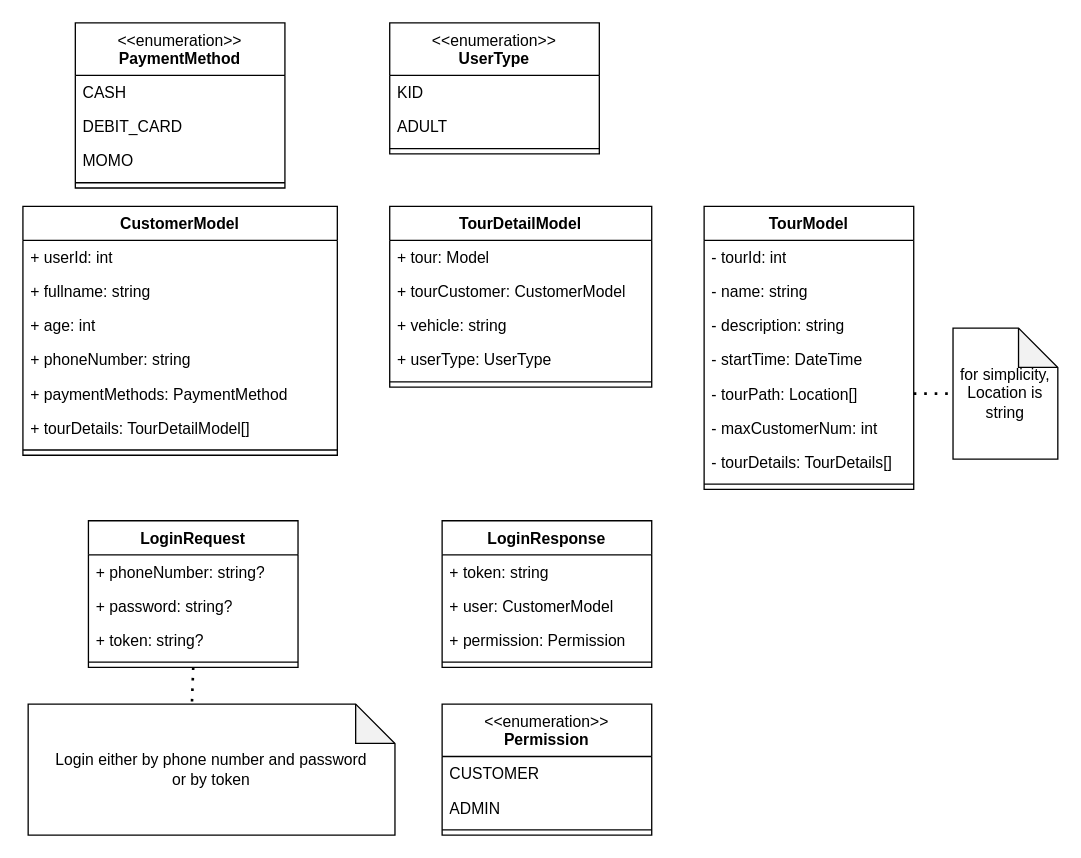
BlenDMinh/SaigonTour keeps this draw.io diagram as page "Model" (4 of 7) of document/diagram.drawio. Above is the earlier version. Source tidied: cells renumbered, new cells numbered last; positions are measured from the earlier drawing's top-left corner, leaving out a move shared by most shapes. Both pictures are drawn from the tidied source at 131%, with x=0, y=0 at pixel (22, 22).
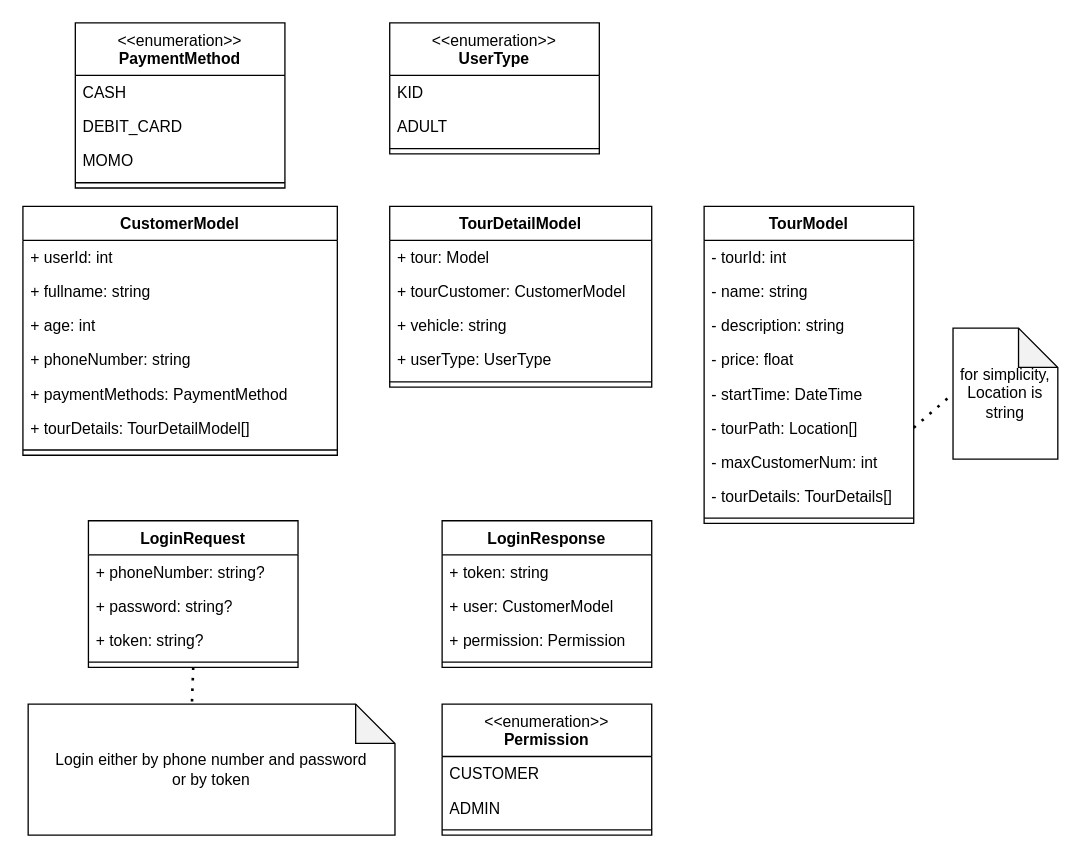
After the change.

Change to the diagram source:
```diff
@@
     <mxCell id="15" value="TourModel" style="swimlane;fontStyle=1;align=center;verticalAlign=top;horizontal=1;startSize=26;whiteSpace=wrap;html=1;" parent="1" vertex="1">
-      <mxGeometry x="520" y="140" width="160" height="216" as="geometry" />
+      <mxGeometry x="520" y="140" width="160" height="242" as="geometry" />
     </mxCell>
@@
+    <mxCell id="52" value="- price: float" style="text;strokeColor=none;fillColor=none;align=left;verticalAlign=top;spacingLeft=4;spacingRight=4;overflow=hidden;whiteSpace=wrap;html=1;" parent="15" vertex="1">
+      <mxGeometry y="104" width="160" height="26" as="geometry" />
+    </mxCell>
     <mxCell id="19" value="- startTime: DateTime" style="text;strokeColor=none;fillColor=none;align=left;verticalAlign=top;spacingLeft=4;spacingRight=4;overflow=hidden;whiteSpace=wrap;html=1;" parent="15" vertex="1">
-      <mxGeometry y="104" width="160" height="26" as="geometry" />
+      <mxGeometry y="130" width="160" height="26" as="geometry" />
     </mxCell>
     <mxCell id="20" value="- tourPath: Location[]" style="text;strokeColor=none;fillColor=none;align=left;verticalAlign=top;spacingLeft=4;spacingRight=4;overflow=hidden;points=[[0,0.5],[1,0.5]];portConstraint=eastwest;whiteSpace=wrap;html=1;" parent="15" vertex="1">
-      <mxGeometry y="130" width="160" height="26" as="geometry" />
+      <mxGeometry y="156" width="160" height="26" as="geometry" />
     </mxCell>
     <mxCell id="21" value="- maxCustomerNum: int" style="text;strokeColor=none;fillColor=none;align=left;verticalAlign=top;spacingLeft=4;spacingRight=4;overflow=hidden;whiteSpace=wrap;html=1;" parent="15" vertex="1">
-      <mxGeometry y="156" width="160" height="26" as="geometry" />
+      <mxGeometry y="182" width="160" height="26" as="geometry" />
     </mxCell>
     <mxCell id="22" value="- tourDetails: TourDetails[]" style="text;strokeColor=none;fillColor=none;align=left;verticalAlign=top;spacingLeft=4;spacingRight=4;overflow=hidden;whiteSpace=wrap;html=1;" parent="15" vertex="1">
-      <mxGeometry y="182" width="160" height="26" as="geometry" />
+      <mxGeometry y="208" width="160" height="26" as="geometry" />
     </mxCell>
     <mxCell id="23" style="line;strokeWidth=1;fillColor=none;align=left;verticalAlign=middle;spacingTop=-1;spacingLeft=3;spacingRight=3;labelPosition=right;strokeColor=inherit;" parent="15" vertex="1">
-      <mxGeometry y="208" width="160" height="8" as="geometry" />
+      <mxGeometry y="234" width="160" height="8" as="geometry" />
     </mxCell>
```
